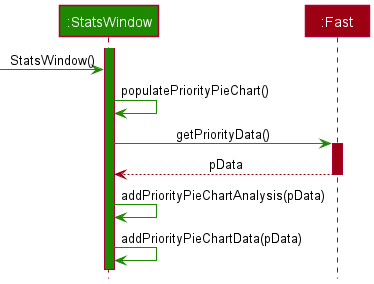
This is docs/images/StatsWindowSequenceDiagram.png from nus-cs2103-AY2122S1/tp, a PlantUML export, as it was before one commit. The source it was exported from:
```plantuml
@startuml
!include style.puml


participant ":StatsWindow" as StatsWindow UI_COLOR



participant ":Fast" as Fast MODEL_COLOR



activate StatsWindow UI_COLOR
[-[UI_COLOR]> StatsWindow : StatsWindow()
StatsWindow -[UI_COLOR]> StatsWindow : populatePriorityPieChart()
StatsWindow -[UI_COLOR]> Fast : getPriorityData()

activate Fast MODEL_COLOR
Fast --[MODEL_COLOR]> StatsWindow : pData
deactivate Fast

StatsWindow -[UI_COLOR]> StatsWindow : addPriorityPieChartAnalysis(pData)
StatsWindow -[UI_COLOR]>StatsWindow : addPriorityPieChartData(pData)








@enduml
```
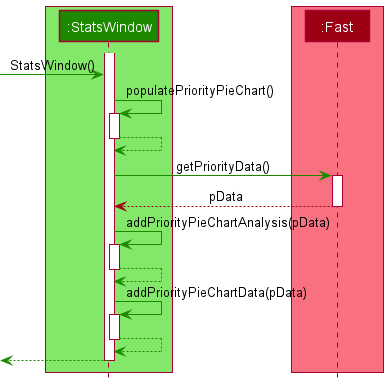
Later version of the same file.

Diff of the diagram source:
```diff
@@ -1,32 +1,38 @@
 @startuml
 !include style.puml
 
+box UI_COLOR_T1
+participant ":StatsWindow" as StatsWindow UI_COLOR
+end box
 
-participant ":StatsWindow" as StatsWindow UI_COLOR
+box MODEL_COLOR_T1
+participant ":Fast" as Fast MODEL_COLOR
+end box
 
+activate StatsWindow
 
-
-participant ":Fast" as Fast MODEL_COLOR
-
-
-
-activate StatsWindow UI_COLOR
 [-[UI_COLOR]> StatsWindow : StatsWindow()
 StatsWindow -[UI_COLOR]> StatsWindow : populatePriorityPieChart()
+activate StatsWindow
+StatsWindow --[UI_COLOR]> StatsWindow
+deactivate StatsWindow
+
 StatsWindow -[UI_COLOR]> Fast : getPriorityData()
-
-activate Fast MODEL_COLOR
+activate Fast
 Fast --[MODEL_COLOR]> StatsWindow : pData
 deactivate Fast
 
 StatsWindow -[UI_COLOR]> StatsWindow : addPriorityPieChartAnalysis(pData)
+activate StatsWindow
+StatsWindow --[UI_COLOR]> StatsWindow
+deactivate StatsWindow
+
 StatsWindow -[UI_COLOR]>StatsWindow : addPriorityPieChartData(pData)
+activate StatsWindow
+StatsWindow --[UI_COLOR]> StatsWindow
+deactivate StatsWindow
 
-
-
-
-
-
-
+StatsWindow --[UI_COLOR]>[
+deactivate StatsWindow
 
 @enduml
```
